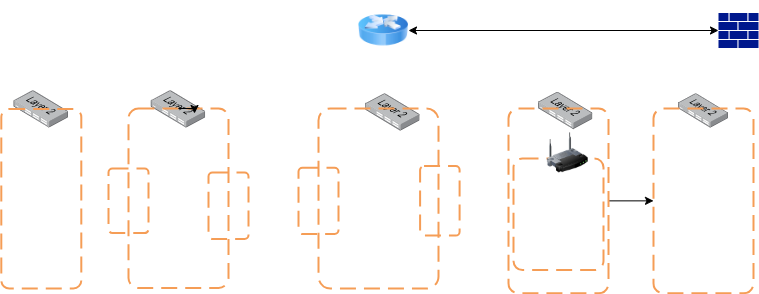
This is secured_network_topology.drawio.png from MwarumbaH-5523/Secured_Networks_Topology, a draw.io export, as it was before one commit. Source tidied: cells renumbered, new cells last; positions are measured from the earlier drawing's top-left corner, leaving out a move shared by most shapes.
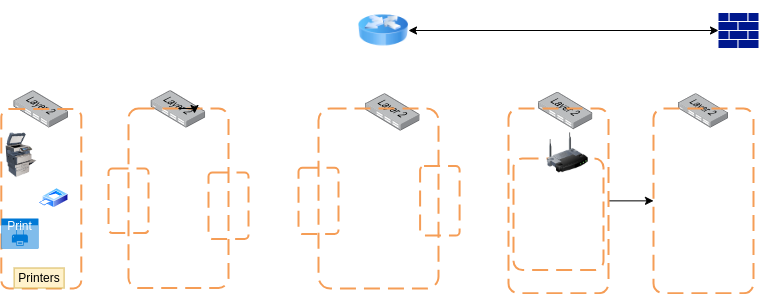
The same diagram one commit later.

What changed in the source:
```diff
@@ -65,5 +65,17 @@
     <mxCell id="22" style="image;html=1;image=img/lib/clip_art/networking/Wireless_Router_128x128.png;" parent="1" vertex="1">
       <mxGeometry x="541.4" y="132.4" width="50" height="40" as="geometry" />
     </mxCell>
+    <mxCell id="23" style="image;html=1;image=img/lib/clip_art/computers/Printer_Commercial_128x128.png;" parent="1" vertex="1">
+      <mxGeometry x="-0.2" y="132.4" width="40" height="44.7" as="geometry" />
+    </mxCell>
+    <mxCell id="24" style="image;perimeter=ellipsePerimeter;html=1;align=center;shadow=0;dashed=0;spacingTop=3;image=img/lib/active_directory/printer.svg;" parent="1" vertex="1">
+      <mxGeometry x="37" y="187.8" width="30" height="19.8" as="geometry" />
+    </mxCell>
+    <mxCell id="25" value="Print" style="html=1;whiteSpace=wrap;strokeColor=none;fillColor=#0079D6;labelPosition=center;verticalLabelPosition=middle;verticalAlign=top;align=center;fontSize=12;spacingTop=-6;fontColor=#FFFFFF;sketch=0;shape=mxgraph.sitemap.print;" parent="1" vertex="1">
+      <mxGeometry x="-0.2" y="218" width="37.2" height="30" as="geometry" />
+    </mxCell>
+    <mxCell id="26" value="Printers" style="text;html=1;strokeColor=#d6b656;fillColor=#fff2cc;align=center;verticalAlign=middle;whiteSpace=wrap;overflow=hidden;" parent="1" vertex="1">
+      <mxGeometry x="12.6" y="267.5" width="50" height="20" as="geometry" />
+    </mxCell>
   </root>
 </mxGraphModel>
```
